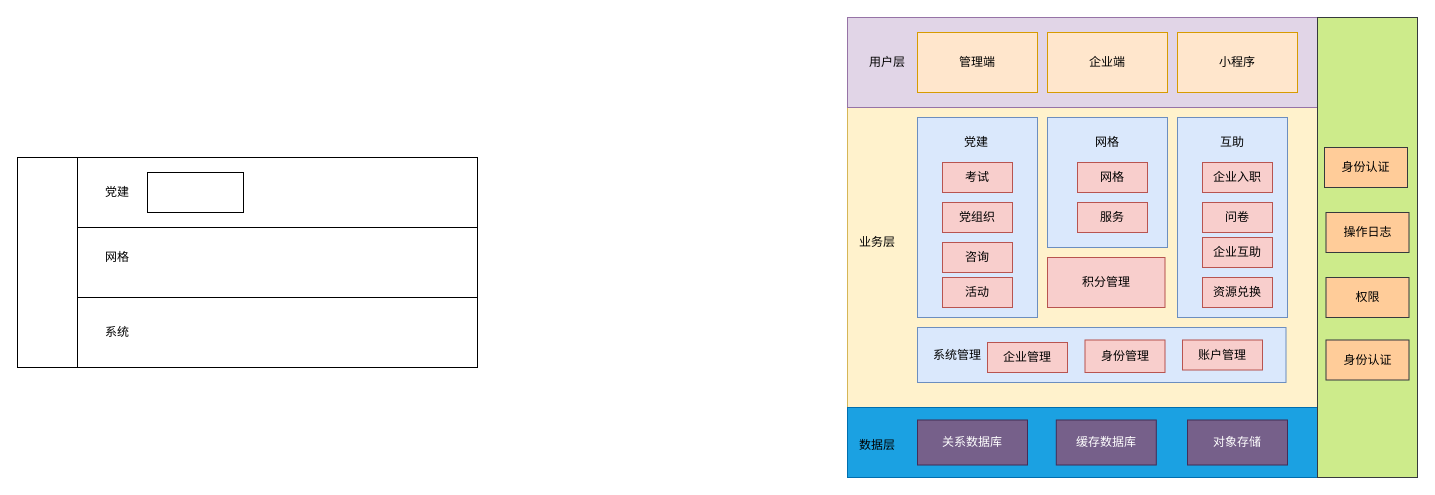
Before: 桂溪架构图.drawio in mylvlin/flow, a draw.io diagram. Source tidied: cells renumbered, new cells numbered last; positions are measured from the earlier drawing's top-left corner, leaving out a move shared by most shapes. Both pictures are drawn from the tidied source at 100%, with x=0, y=0 at pixel (17, 17).
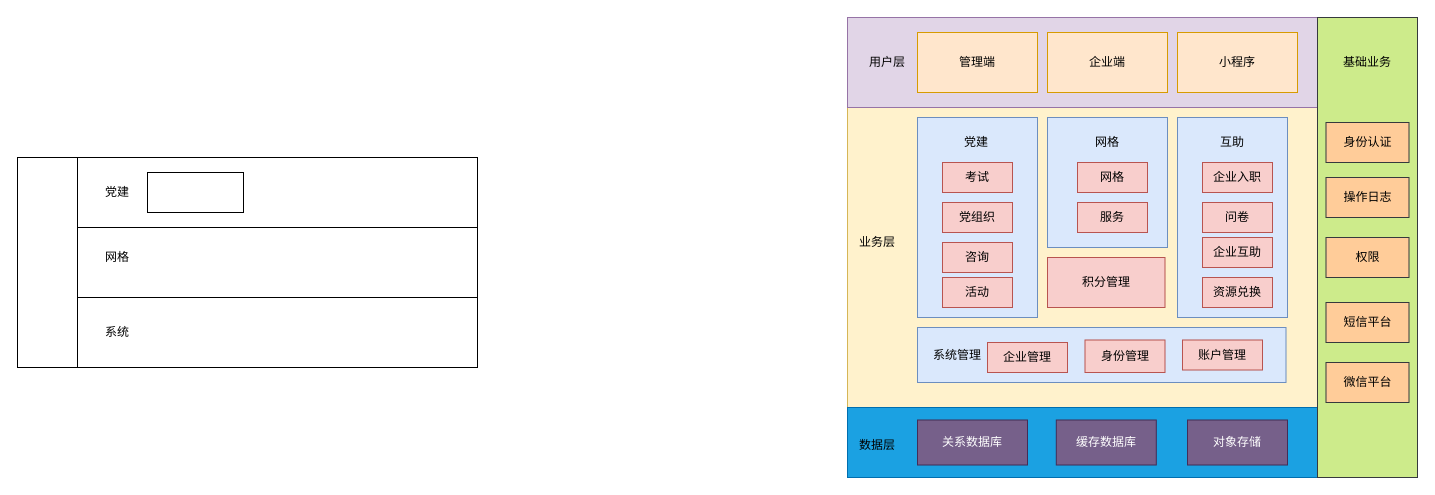
Above is the later version.

Commit message (it also covers changes not shown here):
更新桂溪架构图.drawio

The edit, as a diff of the source:
```diff
@@
     <mxCell id="46" value="身份认证" style="rounded=0;whiteSpace=wrap;html=1;fillColor=#ffcc99;strokeColor=#36393d;" parent="1" vertex="1">
-      <mxGeometry x="1307" y="130" width="83" height="40" as="geometry" />
+      <mxGeometry x="1308.5" y="105" width="83" height="40" as="geometry" />
     </mxCell>
     <mxCell id="47" value="操作日志" style="rounded=0;whiteSpace=wrap;html=1;fillColor=#ffcc99;strokeColor=#36393d;" parent="1" vertex="1">
-      <mxGeometry x="1308.5" y="195" width="83" height="40" as="geometry" />
+      <mxGeometry x="1308.5" y="160" width="83" height="40" as="geometry" />
     </mxCell>
     <mxCell id="48" value="权限" style="rounded=0;whiteSpace=wrap;html=1;fillColor=#ffcc99;strokeColor=#36393d;" parent="1" vertex="1">
-      <mxGeometry x="1308.5" y="260" width="83" height="40" as="geometry" />
+      <mxGeometry x="1308.5" y="220" width="83" height="40" as="geometry" />
     </mxCell>
-    <mxCell id="49" value="身份认证" style="rounded=0;whiteSpace=wrap;html=1;fillColor=#ffcc99;strokeColor=#36393d;" parent="1" vertex="1">
-      <mxGeometry x="1308.5" y="322.5" width="83" height="40" as="geometry" />
+    <mxCell id="49" value="短信平台" style="rounded=0;whiteSpace=wrap;html=1;fillColor=#ffcc99;strokeColor=#36393d;" parent="1" vertex="1">
+      <mxGeometry x="1308.5" y="285" width="83" height="40" as="geometry" />
     </mxCell>
+    <mxCell id="50" value="微信平台" style="rounded=0;whiteSpace=wrap;html=1;fillColor=#ffcc99;strokeColor=#36393d;" parent="1" vertex="1">
+      <mxGeometry x="1308.5" y="345" width="83" height="40" as="geometry" />
+    </mxCell>
+    <mxCell id="51" value="基础业务" style="text;html=1;align=center;verticalAlign=middle;whiteSpace=wrap;rounded=0;" parent="1" vertex="1">
+      <mxGeometry x="1320" y="30" width="60" height="30" as="geometry" />
+    </mxCell>
```
